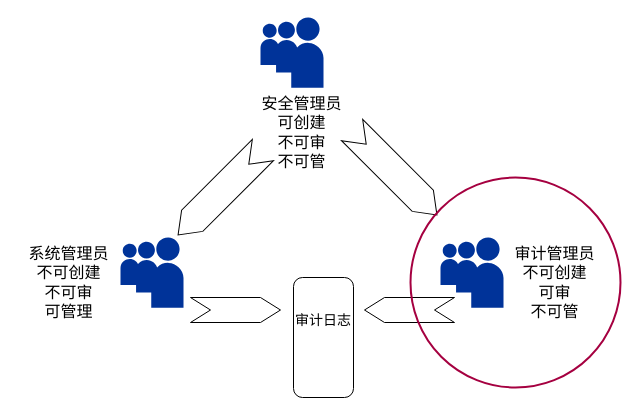
This is 面试篇/开源之夏/gaussTest/src/main/resources/static/image/三权分立.drawio from mcxen/note, a draw.io file, before an edit. Source tidied: cells renumbered, new cells numbered last; positions are measured from the earlier drawing's top-left corner, leaving out a move shared by most shapes. Both pictures are drawn from the tidied source at 100%, with x=0, y=0 at pixel (17, 17).
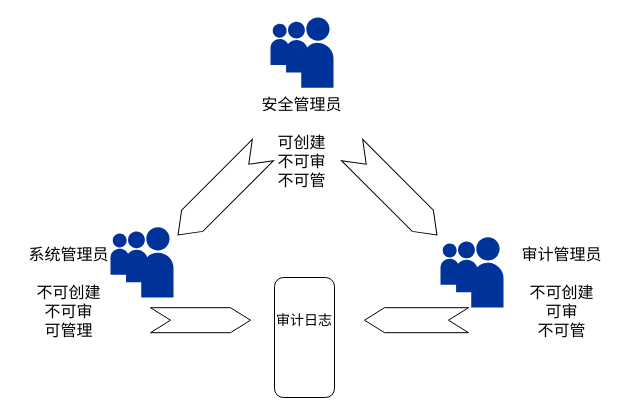
Above is the later version.

The edit, as a diff of the source:
```diff
@@
 <mxGraphModel>
   <root>
     <mxCell id="0" />
     <mxCell id="1" parent="0" />
     <mxCell id="2" style="dashed=0;html=1;align=center;labelPosition=center;verticalLabelPosition=bottom;verticalAlign=top;shape=mxgraph.weblogos.myspace;fillColor=#003399;strokeColor=none;" parent="1" vertex="1">
-      <mxGeometry x="243" width="63" height="70.2" as="geometry" />
+      <mxGeometry x="253" width="63" height="70.2" as="geometry" />
     </mxCell>
     <mxCell id="3" style="shape=step;perimeter=stepPerimeter;whiteSpace=wrap;html=1;fixedSize=1;rotation=45;" parent="1" vertex="1">
-      <mxGeometry x="317" y="140" width="120" height="30" as="geometry" />
+      <mxGeometry x="317" y="160" width="120" height="30" as="geometry" />
     </mxCell>
-    <mxCell id="4" value="&lt;font style=&quot;font-size: 16px;&quot;&gt;安全管理员&lt;br&gt;可创建&lt;br&gt;不可审&lt;br&gt;不可管&lt;/font&gt;" style="text;html=1;strokeColor=none;fillColor=none;align=center;verticalAlign=middle;whiteSpace=wrap;rounded=0;" parent="1" vertex="1">
-      <mxGeometry x="233" y="100" width="103" height="30" as="geometry" />
+    <mxCell id="4" value="&lt;font style=&quot;font-size: 16px;&quot;&gt;安全管理员&lt;br&gt;&lt;br&gt;可创建&lt;br&gt;不可审&lt;br&gt;不可管&lt;/font&gt;" style="text;html=1;strokeColor=none;fillColor=none;align=center;verticalAlign=middle;whiteSpace=wrap;rounded=0;" parent="1" vertex="1">
+      <mxGeometry x="233" y="110" width="103" height="30" as="geometry" />
     </mxCell>
     <mxCell id="5" style="dashed=0;html=1;align=center;labelPosition=center;verticalLabelPosition=bottom;verticalAlign=top;shape=mxgraph.weblogos.myspace;fillColor=#003399;strokeColor=none;" parent="1" vertex="1">
-      <mxGeometry x="423" y="220" width="63" height="70.2" as="geometry" />
+      <mxGeometry x="423" y="219.8" width="63" height="70.2" as="geometry" />
     </mxCell>
-    <mxCell id="6" value="&lt;font style=&quot;font-size: 16px;&quot;&gt;审计管理员&lt;br&gt;不可创建&lt;br&gt;可审&lt;br&gt;不可管&lt;/font&gt;" style="text;html=1;strokeColor=none;fillColor=none;align=center;verticalAlign=middle;whiteSpace=wrap;rounded=0;" parent="1" vertex="1">
-      <mxGeometry x="486" y="250" width="103" height="30" as="geometry" />
+    <mxCell id="6" value="&lt;font style=&quot;font-size: 16px;&quot;&gt;审计管理员&lt;br&gt;&lt;br&gt;不可创建&lt;br&gt;可审&lt;br&gt;不可管&lt;/font&gt;" style="text;html=1;strokeColor=none;fillColor=none;align=center;verticalAlign=middle;whiteSpace=wrap;rounded=0;" parent="1" vertex="1">
+      <mxGeometry x="493" y="260.2" width="103" height="30" as="geometry" />
     </mxCell>
     <mxCell id="7" style="dashed=0;html=1;align=center;labelPosition=center;verticalLabelPosition=bottom;verticalAlign=top;shape=mxgraph.weblogos.myspace;fillColor=#003399;strokeColor=none;" parent="1" vertex="1">
-      <mxGeometry x="103" y="220" width="63" height="70.2" as="geometry" />
+      <mxGeometry x="93" y="209.8" width="63" height="70.2" as="geometry" />
     </mxCell>
-    <mxCell id="8" value="&lt;font style=&quot;font-size: 16px;&quot;&gt;系统管理员&lt;br&gt;不可创建&lt;br&gt;不可审&lt;br&gt;可管理&lt;/font&gt;" style="text;html=1;strokeColor=none;fillColor=none;align=center;verticalAlign=middle;whiteSpace=wrap;rounded=0;" parent="1" vertex="1">
-      <mxGeometry y="250" width="103" height="30" as="geometry" />
+    <mxCell id="8" value="&lt;font style=&quot;font-size: 16px;&quot;&gt;系统管理员&lt;br&gt;&lt;br&gt;不可创建&lt;br&gt;不可审&lt;br&gt;可管理&lt;/font&gt;" style="text;html=1;strokeColor=none;fillColor=none;align=center;verticalAlign=middle;whiteSpace=wrap;rounded=0;" parent="1" vertex="1">
+      <mxGeometry y="260" width="103" height="30" as="geometry" />
     </mxCell>
     <mxCell id="9" value="&lt;font style=&quot;font-size: 14px;&quot;&gt;审计日志&lt;br&gt;&lt;br&gt;&lt;br&gt;&lt;/font&gt;" style="rounded=1;whiteSpace=wrap;html=1;" parent="1" vertex="1">
-      <mxGeometry x="276" y="260" width="60" height="120" as="geometry" />
+      <mxGeometry x="257" y="260" width="60" height="120" as="geometry" />
     </mxCell>
     <mxCell id="10" style="shape=step;perimeter=stepPerimeter;whiteSpace=wrap;html=1;fixedSize=1;rotation=-225;" parent="1" vertex="1">
       <mxGeometry x="143" y="160" width="120" height="30" as="geometry" />
     </mxCell>
     <mxCell id="11" style="shape=step;perimeter=stepPerimeter;whiteSpace=wrap;html=1;fixedSize=1;rotation=0;" parent="1" vertex="1">
-      <mxGeometry x="173" y="280" width="90" height="25" as="geometry" />
+      <mxGeometry x="133" y="290.2" width="100" height="25" as="geometry" />
     </mxCell>
     <mxCell id="12" style="shape=step;perimeter=stepPerimeter;whiteSpace=wrap;html=1;fixedSize=1;rotation=-180;" parent="1" vertex="1">
-      <mxGeometry x="347" y="280" width="90" height="25" as="geometry" />
+      <mxGeometry x="347" y="290.2" width="104" height="25" as="geometry" />
     </mxCell>
-    <mxCell id="13" style="ellipse;whiteSpace=wrap;html=1;fillColor=none;fontColor=#ffffff;strokeColor=#A50040;strokeWidth=2;" parent="1" vertex="1">
-      <mxGeometry x="393" y="160" width="210" height="210" as="geometry" />
-    </mxCell>
   </root>
 </mxGraphModel>
```
